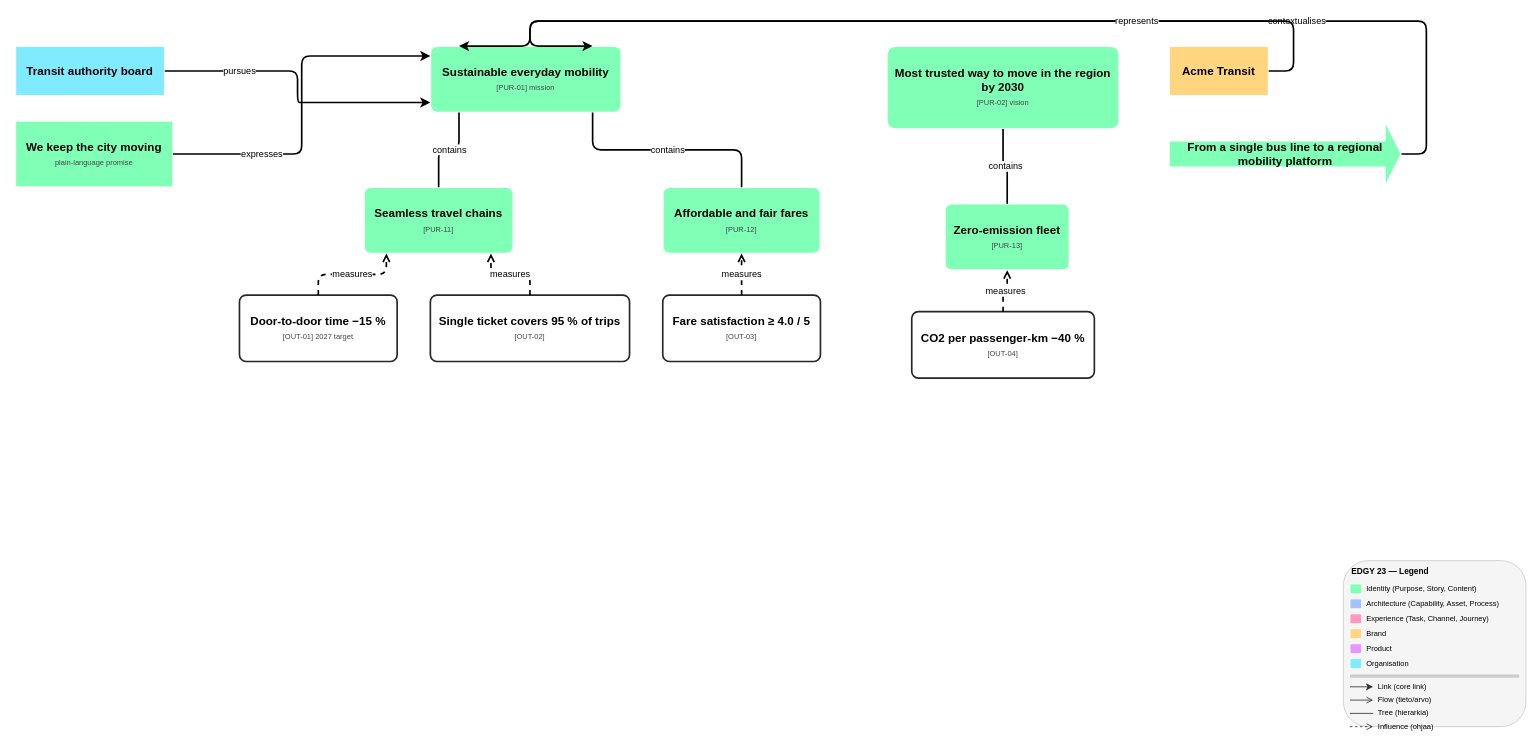
Earlier version of the draw.io diagram skills/documentation/edgy-diagram/examples/expected-purpose-hierarchy.drawio (Rahola/edgy-skills). Source tidied: cells renumbered, new cells numbered last; positions are measured from the earlier drawing's top-left corner, leaving out a move shared by most shapes. Both pictures are drawn from the tidied source at 83%, with x=0, y=0 at pixel (15, 21).
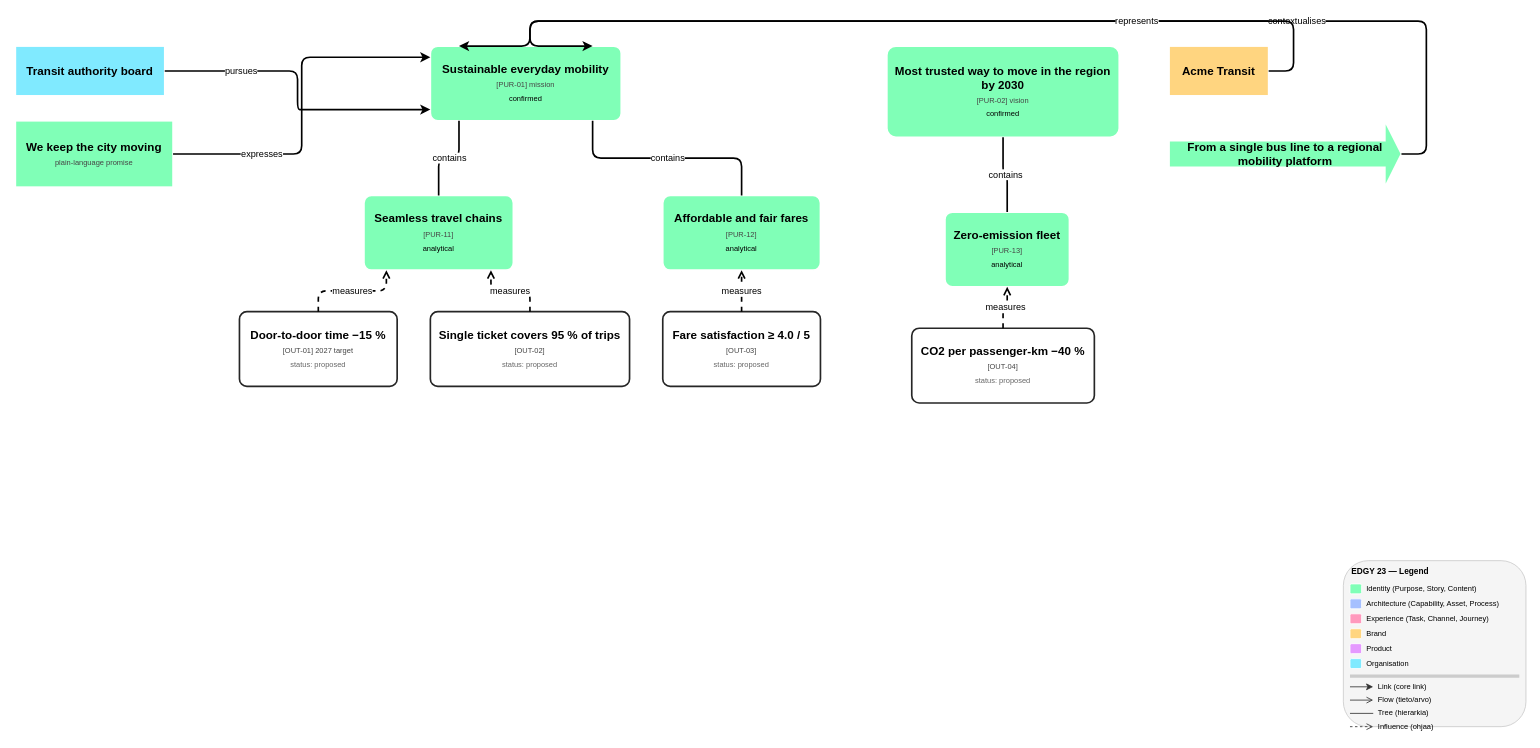
The same page after the edit.

The edit, as a diff of the source:
```diff
@@
-    <mxCell id="2" value="&lt;b&gt;Sustainable everyday mobility&lt;/b&gt;&lt;br&gt;&lt;font style=&quot;font-size:9px;color:#444444;font-weight:normal&quot;&gt;[PUR-01] mission&lt;/font&gt;" style="rounded=1;whiteSpace=wrap;html=1;fillColor=#80ffb7;strokeColor=#FFFFFF;strokeWidth=2;arcSize=10;verticalAlign=middle;fontStyle=1;fontSize=14;" parent="1" vertex="1">
-      <mxGeometry x="500" y="30" width="230" height="80" as="geometry" />
+    <mxCell id="2" value="&lt;b&gt;Sustainable everyday mobility&lt;/b&gt;&lt;br&gt;&lt;font style=&quot;font-size:9px;color:#444444;font-weight:normal&quot;&gt;[PUR-01] mission&lt;/font&gt;&lt;br&gt;&lt;font style=&quot;font-size:9px;font-weight:normal&quot;&gt;confirmed&lt;/font&gt;" style="rounded=1;whiteSpace=wrap;html=1;fillColor=#80ffb7;strokeColor=#FFFFFF;strokeWidth=2;arcSize=10;verticalAlign=middle;fontStyle=1;fontSize=14;" parent="1" vertex="1">
+      <mxGeometry x="500" y="30" width="230" height="90" as="geometry" />
     </mxCell>
-    <mxCell id="3" value="&lt;b&gt;Most trusted way to move in the region by 2030&lt;/b&gt;&lt;br&gt;&lt;font style=&quot;font-size:9px;color:#444444;font-weight:normal&quot;&gt;[PUR-02] vision&lt;/font&gt;" style="rounded=1;whiteSpace=wrap;html=1;fillColor=#80ffb7;strokeColor=#FFFFFF;strokeWidth=2;arcSize=10;verticalAlign=middle;fontStyle=1;fontSize=14;" parent="1" vertex="1">
-      <mxGeometry x="1050" y="30" width="280" height="100" as="geometry" />
+    <mxCell id="3" value="&lt;b&gt;Most trusted way to move in the region by 2030&lt;/b&gt;&lt;br&gt;&lt;font style=&quot;font-size:9px;color:#444444;font-weight:normal&quot;&gt;[PUR-02] vision&lt;/font&gt;&lt;br&gt;&lt;font style=&quot;font-size:9px;font-weight:normal&quot;&gt;confirmed&lt;/font&gt;" style="rounded=1;whiteSpace=wrap;html=1;fillColor=#80ffb7;strokeColor=#FFFFFF;strokeWidth=2;arcSize=10;verticalAlign=middle;fontStyle=1;fontSize=14;" parent="1" vertex="1">
+      <mxGeometry x="1050" y="30" width="280" height="110" as="geometry" />
     </mxCell>
-    <mxCell id="4" value="&lt;b&gt;Seamless travel chains&lt;/b&gt;&lt;br&gt;&lt;font style=&quot;font-size:9px;color:#444444;font-weight:normal&quot;&gt;[PUR-11]&lt;/font&gt;" style="rounded=1;whiteSpace=wrap;html=1;fillColor=#80ffb7;strokeColor=#FFFFFF;strokeWidth=2;arcSize=10;verticalAlign=middle;fontStyle=1;fontSize=14;" parent="1" vertex="1">
-      <mxGeometry x="420" y="200" width="180" height="80" as="geometry" />
+    <mxCell id="4" value="&lt;b&gt;Seamless travel chains&lt;/b&gt;&lt;br&gt;&lt;font style=&quot;font-size:9px;color:#444444;font-weight:normal&quot;&gt;[PUR-11]&lt;/font&gt;&lt;br&gt;&lt;font style=&quot;font-size:9px;font-weight:normal&quot;&gt;analytical&lt;/font&gt;" style="rounded=1;whiteSpace=wrap;html=1;fillColor=#80ffb7;strokeColor=#FFFFFF;strokeWidth=2;arcSize=10;verticalAlign=middle;fontStyle=1;fontSize=14;" parent="1" vertex="1">
+      <mxGeometry x="420" y="210" width="180" height="90" as="geometry" />
     </mxCell>
-    <mxCell id="5" value="&lt;b&gt;Affordable and fair fares&lt;/b&gt;&lt;br&gt;&lt;font style=&quot;font-size:9px;color:#444444;font-weight:normal&quot;&gt;[PUR-12]&lt;/font&gt;" style="rounded=1;whiteSpace=wrap;html=1;fillColor=#80ffb7;strokeColor=#FFFFFF;strokeWidth=2;arcSize=10;verticalAlign=middle;fontStyle=1;fontSize=14;" parent="1" vertex="1">
-      <mxGeometry x="780" y="200" width="190" height="80" as="geometry" />
+    <mxCell id="5" value="&lt;b&gt;Affordable and fair fares&lt;/b&gt;&lt;br&gt;&lt;font style=&quot;font-size:9px;color:#444444;font-weight:normal&quot;&gt;[PUR-12]&lt;/font&gt;&lt;br&gt;&lt;font style=&quot;font-size:9px;font-weight:normal&quot;&gt;analytical&lt;/font&gt;" style="rounded=1;whiteSpace=wrap;html=1;fillColor=#80ffb7;strokeColor=#FFFFFF;strokeWidth=2;arcSize=10;verticalAlign=middle;fontStyle=1;fontSize=14;" parent="1" vertex="1">
+      <mxGeometry x="780" y="210" width="190" height="90" as="geometry" />
     </mxCell>
-    <mxCell id="6" value="&lt;b&gt;Zero-emission fleet&lt;/b&gt;&lt;br&gt;&lt;font style=&quot;font-size:9px;color:#444444;font-weight:normal&quot;&gt;[PUR-13]&lt;/font&gt;" style="rounded=1;whiteSpace=wrap;html=1;fillColor=#80ffb7;strokeColor=#FFFFFF;strokeWidth=2;arcSize=10;verticalAlign=middle;fontStyle=1;fontSize=14;" parent="1" vertex="1">
-      <mxGeometry x="1120" y="220" width="150" height="80" as="geometry" />
+    <mxCell id="6" value="&lt;b&gt;Zero-emission fleet&lt;/b&gt;&lt;br&gt;&lt;font style=&quot;font-size:9px;color:#444444;font-weight:normal&quot;&gt;[PUR-13]&lt;/font&gt;&lt;br&gt;&lt;font style=&quot;font-size:9px;font-weight:normal&quot;&gt;analytical&lt;/font&gt;" style="rounded=1;whiteSpace=wrap;html=1;fillColor=#80ffb7;strokeColor=#FFFFFF;strokeWidth=2;arcSize=10;verticalAlign=middle;fontStyle=1;fontSize=14;" parent="1" vertex="1">
+      <mxGeometry x="1120" y="230" width="150" height="90" as="geometry" />
     </mxCell>
-    <mxCell id="7" value="&lt;b&gt;Door-to-door time −15 %&lt;/b&gt;&lt;br&gt;&lt;font style=&quot;font-size:9px;color:#444444;font-weight:normal&quot;&gt;[OUT-01] 2027 target&lt;/font&gt;" style="rounded=1;whiteSpace=wrap;html=1;fillColor=#ffffff;strokeColor=#262626;strokeWidth=2;arcSize=10;verticalAlign=middle;fontStyle=1;fontSize=14;" parent="1" vertex="1">
-      <mxGeometry x="270" y="330" width="190" height="80" as="geometry" />
+    <mxCell id="7" value="&lt;b&gt;Door-to-door time −15 %&lt;/b&gt;&lt;br&gt;&lt;font style=&quot;font-size:9px;color:#444444;font-weight:normal&quot;&gt;[OUT-01] 2027 target&lt;/font&gt;&lt;br&gt;&lt;font style=&quot;font-size:9px;font-weight:normal&quot;&gt;&lt;font color=&quot;#666666&quot;&gt;status: proposed&lt;/font&gt;&lt;/font&gt;" style="rounded=1;whiteSpace=wrap;html=1;fillColor=#ffffff;strokeColor=#262626;strokeWidth=2;arcSize=10;verticalAlign=middle;fontStyle=1;fontSize=14;" parent="1" vertex="1">
+      <mxGeometry x="270" y="350" width="190" height="90" as="geometry" />
     </mxCell>
-    <mxCell id="8" value="&lt;b&gt;Single ticket covers 95 % of trips&lt;/b&gt;&lt;br&gt;&lt;font style=&quot;font-size:9px;color:#444444;font-weight:normal&quot;&gt;[OUT-02]&lt;/font&gt;" style="rounded=1;whiteSpace=wrap;html=1;fillColor=#ffffff;strokeColor=#262626;strokeWidth=2;arcSize=10;verticalAlign=middle;fontStyle=1;fontSize=14;" parent="1" vertex="1">
-      <mxGeometry x="500" y="330" width="240" height="80" as="geometry" />
+    <mxCell id="8" value="&lt;b&gt;Single ticket covers 95 % of trips&lt;/b&gt;&lt;br&gt;&lt;font style=&quot;font-size:9px;color:#444444;font-weight:normal&quot;&gt;[OUT-02]&lt;/font&gt;&lt;br&gt;&lt;font style=&quot;font-size:9px;font-weight:normal&quot;&gt;&lt;font color=&quot;#666666&quot;&gt;status: proposed&lt;/font&gt;&lt;/font&gt;" style="rounded=1;whiteSpace=wrap;html=1;fillColor=#ffffff;strokeColor=#262626;strokeWidth=2;arcSize=10;verticalAlign=middle;fontStyle=1;fontSize=14;" parent="1" vertex="1">
+      <mxGeometry x="500" y="350" width="240" height="90" as="geometry" />
     </mxCell>
-    <mxCell id="9" value="&lt;b&gt;Fare satisfaction ≥ 4.0 / 5&lt;/b&gt;&lt;br&gt;&lt;font style=&quot;font-size:9px;color:#444444;font-weight:normal&quot;&gt;[OUT-03]&lt;/font&gt;" style="rounded=1;whiteSpace=wrap;html=1;fillColor=#ffffff;strokeColor=#262626;strokeWidth=2;arcSize=10;verticalAlign=middle;fontStyle=1;fontSize=14;" parent="1" vertex="1">
-      <mxGeometry x="780" y="330" width="190" height="80" as="geometry" />
+    <mxCell id="9" value="&lt;b&gt;Fare satisfaction ≥ 4.0 / 5&lt;/b&gt;&lt;br&gt;&lt;font style=&quot;font-size:9px;color:#444444;font-weight:normal&quot;&gt;[OUT-03]&lt;/font&gt;&lt;br&gt;&lt;font style=&quot;font-size:9px;font-weight:normal&quot;&gt;&lt;font color=&quot;#666666&quot;&gt;status: proposed&lt;/font&gt;&lt;/font&gt;" style="rounded=1;whiteSpace=wrap;html=1;fillColor=#ffffff;strokeColor=#262626;strokeWidth=2;arcSize=10;verticalAlign=middle;fontStyle=1;fontSize=14;" parent="1" vertex="1">
+      <mxGeometry x="780" y="350" width="190" height="90" as="geometry" />
     </mxCell>
-    <mxCell id="10" value="&lt;b&gt;CO2 per passenger-km −40 %&lt;/b&gt;&lt;br&gt;&lt;font style=&quot;font-size:9px;color:#444444;font-weight:normal&quot;&gt;[OUT-04]&lt;/font&gt;" style="rounded=1;whiteSpace=wrap;html=1;fillColor=#ffffff;strokeColor=#262626;strokeWidth=2;arcSize=10;verticalAlign=middle;fontStyle=1;fontSize=14;" parent="1" vertex="1">
-      <mxGeometry x="1080" y="350" width="220" height="80" as="geometry" />
+    <mxCell id="10" value="&lt;b&gt;CO2 per passenger-km −40 %&lt;/b&gt;&lt;br&gt;&lt;font style=&quot;font-size:9px;color:#444444;font-weight:normal&quot;&gt;[OUT-04]&lt;/font&gt;&lt;br&gt;&lt;font style=&quot;font-size:9px;font-weight:normal&quot;&gt;&lt;font color=&quot;#666666&quot;&gt;status: proposed&lt;/font&gt;&lt;/font&gt;" style="rounded=1;whiteSpace=wrap;html=1;fillColor=#ffffff;strokeColor=#262626;strokeWidth=2;arcSize=10;verticalAlign=middle;fontStyle=1;fontSize=14;" parent="1" vertex="1">
+      <mxGeometry x="1080" y="370" width="220" height="90" as="geometry" />
     </mxCell>
```
